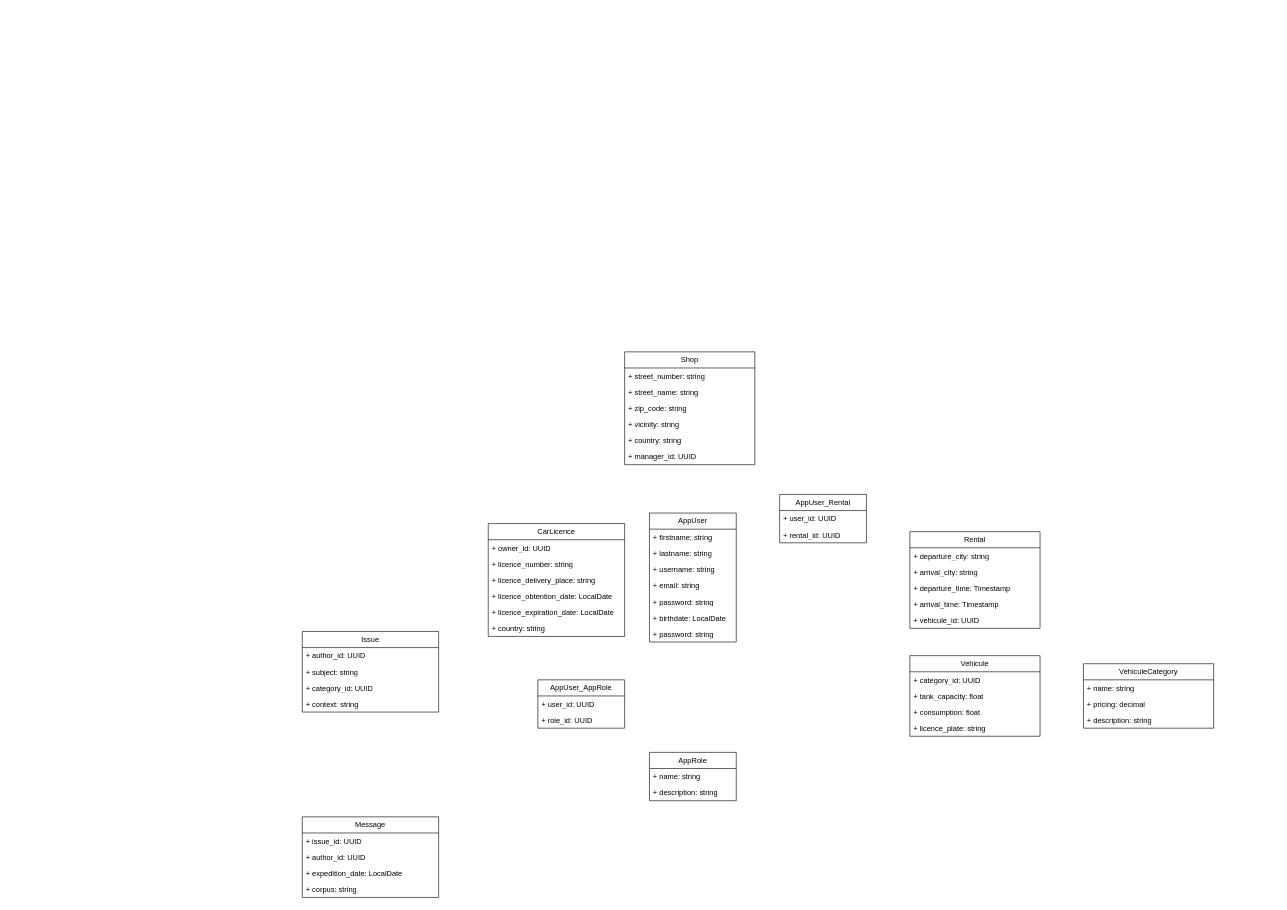
GharrowBM/oc-project-m keeps this draw.io diagram as assets/Dieudonne_Antoine_2_architecture_document_082025_MLD.drawio. Above is the earlier version. Source tidied: cells renumbered, new cells numbered last; positions are measured from the earlier drawing's top-left corner, leaving out a move shared by most shapes. Both pictures are drawn from the tidied source at 62%, with x=0, y=0 at pixel (302, 352).
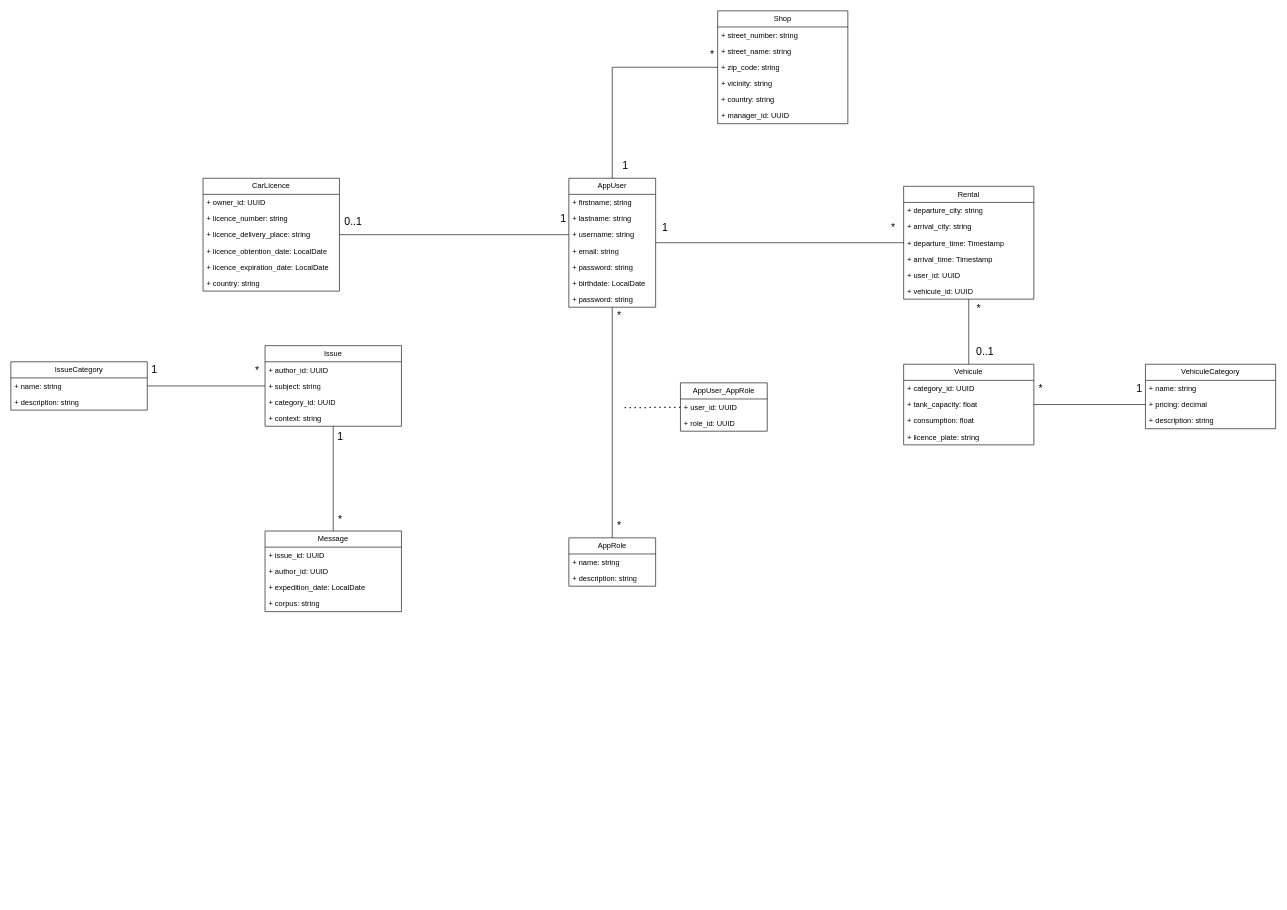
Above is the later version.

Commit message (it also covers changes not shown here):
Ajout des diagrammes au dossier

Unchanged cells that the change refers to:
```xml
<mxCell id="5" value="+ username: string" style="text;strokeColor=none;fillColor=none;align=left;verticalAlign=top;spacingLeft=4;spacingRight=4;overflow=hidden;points=[[0,0.5],[1,0.5]];portConstraint=eastwest;whiteSpace=wrap;html=1;" parent="2" vertex="1">
  <mxGeometry y="78" width="140" height="26" as="geometry" />
</mxCell>
<mxCell id="30" value="+ pricing: decimal" style="text;strokeColor=none;fillColor=none;align=left;verticalAlign=top;spacingLeft=4;spacingRight=4;overflow=hidden;points=[[0,0.5],[1,0.5]];portConstraint=eastwest;whiteSpace=wrap;html=1;" parent="28" vertex="1">
  <mxGeometry y="52" width="210" height="26" as="geometry" />
</mxCell>
```

The edit, as a diff of the source:
```diff
@@
     <mxCell id="2" value="AppUser" style="swimlane;fontStyle=0;horizontal=1;startSize=26;fillColor=none;whiteSpace=wrap;html=1;" parent="1" vertex="1">
-      <mxGeometry x="560" y="260" width="140" height="208" as="geometry" />
+      <mxGeometry x="430" y="-280" width="140" height="208" as="geometry" />
     </mxCell>
@@
+    <mxCell id="58" style="edgeStyle=orthogonalEdgeStyle;rounded=0;jettySize=auto;html=1;endArrow=none;endFill=0;" parent="1" edge="1" source="10" target="2">
+      <mxGeometry relative="1" as="geometry" />
+    </mxCell>
+    <mxCell id="59" value="&lt;font style=&quot;font-size: 17px;&quot;&gt;1&lt;/font&gt;" style="edgeLabel;html=1;align=center;verticalAlign=middle;" parent="58" vertex="1">
+      <mxGeometry x="0.93" y="-1" relative="1" as="geometry">
+        <mxPoint y="-23" as="offset" />
+      </mxGeometry>
+    </mxCell>
+    <mxCell id="60" value="&lt;font style=&quot;font-size: 17px;&quot;&gt;*&lt;/font&gt;" style="edgeLabel;html=1;align=center;verticalAlign=middle;" parent="58" vertex="1">
+      <mxGeometry x="-0.91" relative="1" as="geometry">
+        <mxPoint y="-24" as="offset" />
+      </mxGeometry>
+    </mxCell>
     <mxCell id="10" value="Rental" style="swimlane;fontStyle=0;horizontal=1;startSize=26;fillColor=none;whiteSpace=wrap;html=1;" parent="1" vertex="1">
-      <mxGeometry x="980" y="290" width="210" height="156" as="geometry" />
+      <mxGeometry x="970" y="-267" width="210" height="182" as="geometry" />
     </mxCell>
@@
+    <mxCell id="46" value="+ user_id: UUID" style="text;strokeColor=none;fillColor=none;align=left;verticalAlign=top;spacingLeft=4;spacingRight=4;overflow=hidden;whiteSpace=wrap;html=1;" parent="10" vertex="1">
+      <mxGeometry y="130" width="210" height="26" as="geometry" />
+    </mxCell>
     <mxCell id="15" value="+ vehicule_id: UUID" style="text;strokeColor=none;fillColor=none;align=left;verticalAlign=top;spacingLeft=4;spacingRight=4;overflow=hidden;whiteSpace=wrap;html=1;" parent="10" vertex="1">
-      <mxGeometry y="130" width="210" height="26" as="geometry" />
+      <mxGeometry y="156" width="210" height="26" as="geometry" />
     </mxCell>
     <mxCell id="16" value="CarLicence" style="swimlane;fontStyle=0;horizontal=1;startSize=26;fillColor=none;whiteSpace=wrap;html=1;" parent="1" vertex="1">
-      <mxGeometry x="300" y="277" width="220" height="182" as="geometry" />
+      <mxGeometry x="-160" y="-280" width="220" height="182" as="geometry" />
     </mxCell>
@@
+    <mxCell id="61" style="edgeStyle=orthogonalEdgeStyle;rounded=0;jettySize=auto;html=1;endArrow=none;endFill=0;" parent="1" edge="1" source="23" target="10">
+      <mxGeometry relative="1" as="geometry" />
+    </mxCell>
+    <mxCell id="62" value="&lt;font style=&quot;font-size: 17px;&quot;&gt;0..1&lt;/font&gt;" style="edgeLabel;html=1;align=center;verticalAlign=middle;" parent="61" vertex="1">
+      <mxGeometry x="0.69" y="2" relative="1" as="geometry">
+        <mxPoint x="27" y="69" as="offset" />
+      </mxGeometry>
+    </mxCell>
+    <mxCell id="63" value="&lt;font style=&quot;font-size: 17px;&quot;&gt;*&lt;/font&gt;" style="edgeLabel;html=1;align=center;verticalAlign=middle;" parent="61" vertex="1">
+      <mxGeometry x="-0.52" y="1" relative="1" as="geometry">
+        <mxPoint x="16" y="-64" as="offset" />
+      </mxGeometry>
+    </mxCell>
     <mxCell id="23" value="Vehicule" style="swimlane;fontStyle=0;horizontal=1;startSize=26;fillColor=none;whiteSpace=wrap;html=1;" parent="1" vertex="1">
-      <mxGeometry x="980" y="490" width="210" height="130" as="geometry" />
+      <mxGeometry x="970" y="20" width="210" height="130" as="geometry" />
     </mxCell>
@@
     <mxCell id="28" value="VehiculeCategory" style="swimlane;fontStyle=0;horizontal=1;startSize=26;fillColor=none;whiteSpace=wrap;html=1;" parent="1" vertex="1">
-      <mxGeometry x="1260" y="503" width="210" height="104" as="geometry" />
+      <mxGeometry x="1360" y="20" width="210" height="104" as="geometry" />
     </mxCell>
@@
+    <mxCell id="64" style="edgeStyle=orthogonalEdgeStyle;rounded=0;jettySize=auto;html=1;endArrow=none;endFill=0;" parent="1" edge="1" source="32" target="2">
+      <mxGeometry relative="1" as="geometry" />
+    </mxCell>
+    <mxCell id="65" value="&lt;font style=&quot;font-size: 17px;&quot;&gt;1&lt;/font&gt;" style="edgeLabel;html=1;align=center;verticalAlign=middle;" parent="64" vertex="1">
+      <mxGeometry x="0.88" y="1" relative="1" as="geometry">
+        <mxPoint x="19" as="offset" />
+      </mxGeometry>
+    </mxCell>
+    <mxCell id="66" value="&lt;font style=&quot;font-size: 17px;&quot;&gt;*&lt;/font&gt;" style="edgeLabel;html=1;align=center;verticalAlign=middle;" parent="64" vertex="1">
+      <mxGeometry x="-0.94" y="1" relative="1" as="geometry">
+        <mxPoint y="-22" as="offset" />
+      </mxGeometry>
+    </mxCell>
     <mxCell id="32" value="Shop" style="swimlane;fontStyle=0;horizontal=1;startSize=26;fillColor=none;whiteSpace=wrap;html=1;" parent="1" vertex="1">
-      <mxGeometry x="520" width="210" height="182" as="geometry" />
+      <mxGeometry x="670" y="-550" width="210" height="182" as="geometry" />
     </mxCell>
@@
+    <mxCell id="67" style="edgeStyle=orthogonalEdgeStyle;rounded=0;jettySize=auto;html=1;endArrow=none;endFill=0;" parent="1" edge="1" source="39" target="2">
+      <mxGeometry relative="1" as="geometry" />
+    </mxCell>
+    <mxCell id="68" value="&lt;font style=&quot;font-size: 17px;&quot;&gt;*&lt;/font&gt;" style="edgeLabel;html=1;align=center;verticalAlign=middle;" parent="67" vertex="1">
+      <mxGeometry x="0.85" y="-1" relative="1" as="geometry">
+        <mxPoint x="9" y="-15" as="offset" />
+      </mxGeometry>
+    </mxCell>
+    <mxCell id="69" value="&lt;font style=&quot;font-size: 17px;&quot;&gt;*&lt;/font&gt;" style="edgeLabel;html=1;align=center;verticalAlign=middle;" parent="67" vertex="1">
+      <mxGeometry x="-0.86" y="-1" relative="1" as="geometry">
+        <mxPoint x="9" y="6" as="offset" />
+      </mxGeometry>
+    </mxCell>
     <mxCell id="39" value="AppRole" style="swimlane;fontStyle=0;horizontal=1;startSize=26;fillColor=none;whiteSpace=wrap;html=1;" parent="1" vertex="1">
-      <mxGeometry x="560" y="646" width="140" height="78" as="geometry" />
+      <mxGeometry x="430" y="300" width="140" height="78" as="geometry" />
     </mxCell>
@@
     <mxCell id="42" value="AppUser_AppRole" style="swimlane;fontStyle=0;horizontal=1;startSize=26;fillColor=none;whiteSpace=wrap;html=1;" parent="1" vertex="1">
-      <mxGeometry x="380" y="529" width="140" height="78" as="geometry" />
+      <mxGeometry x="610" y="50" width="140" height="78" as="geometry" />
     </mxCell>
@@
-    <mxCell id="45" value="AppUser_Rental" style="swimlane;fontStyle=0;horizontal=1;startSize=26;fillColor=none;whiteSpace=wrap;html=1;" parent="1" vertex="1">
-      <mxGeometry x="770" y="230" width="140" height="78" as="geometry" />
-    </mxCell>
-    <mxCell id="46" value="+ user_id: UUID" style="text;strokeColor=none;fillColor=none;align=left;verticalAlign=top;spacingLeft=4;spacingRight=4;overflow=hidden;whiteSpace=wrap;html=1;" parent="45" vertex="1">
-      <mxGeometry y="26" width="140" height="26" as="geometry" />
-    </mxCell>
-    <mxCell id="47" value="+ rental_id: UUID" style="text;strokeColor=none;fillColor=none;align=left;verticalAlign=top;spacingLeft=4;spacingRight=4;overflow=hidden;whiteSpace=wrap;html=1;" parent="45" vertex="1">
-      <mxGeometry y="52" width="140" height="26" as="geometry" />
-    </mxCell>
     <mxCell id="48" value="Issue" style="swimlane;fontStyle=0;horizontal=1;startSize=26;fillColor=none;whiteSpace=wrap;html=1;" parent="1" vertex="1">
-      <mxGeometry y="451" width="220" height="130" as="geometry" />
+      <mxGeometry x="-60" y="-10" width="220" height="130" as="geometry" />
     </mxCell>
@@
+    <mxCell id="70" style="edgeStyle=orthogonalEdgeStyle;rounded=0;jettySize=auto;html=1;endArrow=none;endFill=0;" parent="1" edge="1" source="53" target="48">
+      <mxGeometry relative="1" as="geometry" />
+    </mxCell>
+    <mxCell id="71" value="&lt;font style=&quot;font-size: 17px;&quot;&gt;1&lt;/font&gt;" style="edgeLabel;html=1;align=center;verticalAlign=middle;" parent="70" vertex="1">
+      <mxGeometry x="0.77" y="-1" relative="1" as="geometry">
+        <mxPoint x="9" y="-2" as="offset" />
+      </mxGeometry>
+    </mxCell>
+    <mxCell id="72" value="&lt;font style=&quot;font-size: 17px;&quot;&gt;*&lt;/font&gt;" style="edgeLabel;html=1;align=center;verticalAlign=middle;" parent="70" vertex="1">
+      <mxGeometry x="-0.77" y="-1" relative="1" as="geometry">
+        <mxPoint x="9" as="offset" />
+      </mxGeometry>
+    </mxCell>
     <mxCell id="53" value="Message" style="swimlane;fontStyle=0;horizontal=1;startSize=26;fillColor=none;whiteSpace=wrap;html=1;" parent="1" vertex="1">
-      <mxGeometry y="750" width="220" height="130" as="geometry" />
+      <mxGeometry x="-60" y="289" width="220" height="130" as="geometry" />
     </mxCell>
@@
+    <mxCell id="73" style="edgeStyle=orthogonalEdgeStyle;rounded=0;jettySize=auto;html=1;endArrow=none;endFill=0;" parent="1" edge="1" source="5" target="16">
+      <mxGeometry relative="1" as="geometry" />
+    </mxCell>
+    <mxCell id="74" value="&lt;font style=&quot;font-size: 17px;&quot;&gt;1&lt;/font&gt;" style="edgeLabel;html=1;align=center;verticalAlign=middle;" parent="73" vertex="1">
+      <mxGeometry x="-0.9" y="-1" relative="1" as="geometry">
+        <mxPoint x="8" y="-25" as="offset" />
+      </mxGeometry>
+    </mxCell>
+    <mxCell id="75" value="&lt;font style=&quot;font-size: 17px;&quot;&gt;0..1&lt;/font&gt;" style="edgeLabel;html=1;align=center;verticalAlign=middle;" parent="73" vertex="1">
+      <mxGeometry x="0.91" y="-1" relative="1" as="geometry">
+        <mxPoint x="4" y="-20" as="offset" />
+      </mxGeometry>
+    </mxCell>
+    <mxCell id="76" style="edgeStyle=orthogonalEdgeStyle;rounded=0;jettySize=auto;html=1;endArrow=none;endFill=0;" parent="1" edge="1" source="30" target="23">
+      <mxGeometry relative="1" as="geometry" />
+    </mxCell>
+    <mxCell id="77" value="&lt;font style=&quot;font-size: 17px;&quot;&gt;1&lt;/font&gt;" style="edgeLabel;html=1;align=center;verticalAlign=middle;" parent="76" vertex="1">
+      <mxGeometry x="-0.76" y="-1" relative="1" as="geometry">
+        <mxPoint x="11" y="-24" as="offset" />
+      </mxGeometry>
+    </mxCell>
+    <mxCell id="78" value="&lt;font style=&quot;font-size: 17px;&quot;&gt;*&lt;/font&gt;" style="edgeLabel;html=1;align=center;verticalAlign=middle;" parent="76" vertex="1">
+      <mxGeometry x="0.67" y="-1" relative="1" as="geometry">
+        <mxPoint x="-20" y="-24" as="offset" />
+      </mxGeometry>
+    </mxCell>
+    <mxCell id="79" style="edgeStyle=orthogonalEdgeStyle;rounded=0;jettySize=auto;html=1;endArrow=none;endFill=0;" parent="1" edge="1" source="82" target="48">
+      <mxGeometry relative="1" as="geometry" />
+    </mxCell>
+    <mxCell id="80" value="&lt;font style=&quot;font-size: 17px;&quot;&gt;1&lt;/font&gt;" style="edgeLabel;html=1;align=center;verticalAlign=middle;" parent="79" vertex="1">
+      <mxGeometry x="-0.78" y="-1" relative="1" as="geometry">
+        <mxPoint x="-11" y="-27" as="offset" />
+      </mxGeometry>
+    </mxCell>
+    <mxCell id="81" value="&lt;font style=&quot;font-size: 17px;&quot;&gt;*&lt;/font&gt;" style="edgeLabel;html=1;align=center;verticalAlign=middle;" parent="79" vertex="1">
+      <mxGeometry x="0.85" y="2" relative="1" as="geometry">
+        <mxPoint y="-23" as="offset" />
+      </mxGeometry>
+    </mxCell>
+    <mxCell id="82" value="IssueCategory" style="swimlane;fontStyle=0;horizontal=1;startSize=26;fillColor=none;whiteSpace=wrap;html=1;" parent="1" vertex="1">
+      <mxGeometry x="-470" y="16" width="220" height="78" as="geometry" />
+    </mxCell>
+    <mxCell id="83" value="+ name: string" style="text;strokeColor=none;fillColor=none;align=left;verticalAlign=top;spacingLeft=4;spacingRight=4;overflow=hidden;whiteSpace=wrap;html=1;" parent="82" vertex="1">
+      <mxGeometry y="26" width="220" height="26" as="geometry" />
+    </mxCell>
+    <mxCell id="84" value="+ description: string" style="text;strokeColor=none;fillColor=none;align=left;verticalAlign=top;spacingLeft=4;spacingRight=4;overflow=hidden;whiteSpace=wrap;html=1;" parent="82" vertex="1">
+      <mxGeometry y="52" width="220" height="26" as="geometry" />
+    </mxCell>
+    <mxCell id="85" style="endArrow=none;dashed=1;html=1;dashPattern=1 3;strokeWidth=2;rounded=0;" parent="1" edge="1" target="42">
+      <mxGeometry relative="1" as="geometry">
+        <mxPoint x="520" y="90" as="sourcePoint" />
+      </mxGeometry>
+    </mxCell>
```
